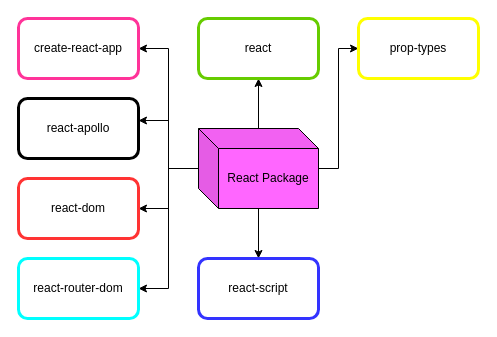
This is My Articles/react/React Packages.drawio from anbarasan-raji/books, a draw.io file, before an edit. Source tidied: cells renumbered, new cells numbered last; positions are measured from the earlier drawing's top-left corner, leaving out a move shared by most shapes. Both pictures are drawn from the tidied source at 100%, with x=0, y=0 at pixel (18, 18).
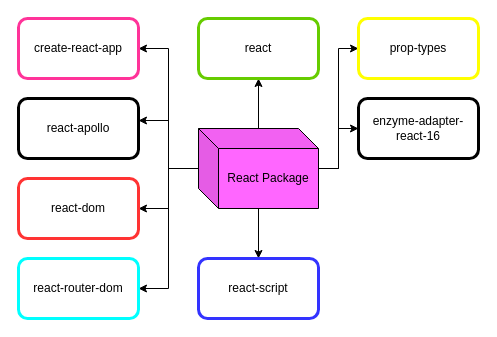
The same diagram, later.

Diff of the diagram source:
```diff
@@
 <mxGraphModel>
   <root>
     <mxCell id="0" />
     <mxCell id="1" parent="0" />
     <mxCell id="2" style="edgeStyle=orthogonalEdgeStyle;rounded=0;jettySize=auto;html=1;entryX=0.5;entryY=1;entryDx=0;entryDy=0;" parent="1" edge="1" source="9" target="15">
       <mxGeometry relative="1" as="geometry" />
     </mxCell>
     <mxCell id="3" style="edgeStyle=orthogonalEdgeStyle;rounded=0;jettySize=auto;html=1;" parent="1" edge="1" source="9" target="14">
       <mxGeometry relative="1" as="geometry" />
     </mxCell>
     <mxCell id="4" style="edgeStyle=orthogonalEdgeStyle;rounded=0;jettySize=auto;html=1;entryX=1;entryY=0.5;entryDx=0;entryDy=0;" parent="1" edge="1" source="9" target="10">
       <mxGeometry relative="1" as="geometry" />
     </mxCell>
     <mxCell id="5" style="edgeStyle=orthogonalEdgeStyle;rounded=0;jettySize=auto;html=1;entryX=1;entryY=0.367;entryDx=0;entryDy=0;entryPerimeter=0;" parent="1" edge="1" source="9" target="13">
       <mxGeometry relative="1" as="geometry" />
     </mxCell>
     <mxCell id="6" style="edgeStyle=orthogonalEdgeStyle;rounded=0;jettySize=auto;html=1;entryX=1;entryY=0.5;entryDx=0;entryDy=0;" parent="1" edge="1" source="9" target="12">
       <mxGeometry relative="1" as="geometry" />
     </mxCell>
     <mxCell id="7" style="edgeStyle=orthogonalEdgeStyle;rounded=0;jettySize=auto;html=1;entryX=1;entryY=0.5;entryDx=0;entryDy=0;" parent="1" edge="1" source="9" target="11">
       <mxGeometry relative="1" as="geometry" />
     </mxCell>
     <mxCell id="8" style="edgeStyle=orthogonalEdgeStyle;rounded=0;jettySize=auto;html=1;entryX=0;entryY=0.5;entryDx=0;entryDy=0;" parent="1" edge="1" source="9" target="16">
       <mxGeometry relative="1" as="geometry" />
     </mxCell>
+    <mxCell id="17" style="edgeStyle=orthogonalEdgeStyle;rounded=0;jettySize=auto;html=1;entryX=0;entryY=0.5;entryDx=0;entryDy=0;" parent="1" edge="1" source="9" target="18">
+      <mxGeometry relative="1" as="geometry" />
+    </mxCell>
     <mxCell id="9" value="React Package" style="shape=cube;whiteSpace=wrap;html=1;boundedLbl=1;backgroundOutline=1;darkOpacity=0.05;darkOpacity2=0.1;fillColor=#FF66FF;" parent="1" vertex="1">
       <mxGeometry x="180" y="110" width="120" height="80" as="geometry" />
     </mxCell>
     <mxCell id="10" value="create-react-app" style="rounded=1;whiteSpace=wrap;html=1;strokeWidth=3;strokeColor=#FF3399;" parent="1" vertex="1">
       <mxGeometry width="120" height="60" as="geometry" />
     </mxCell>
     <mxCell id="11" value="react-router-dom" style="rounded=1;whiteSpace=wrap;html=1;strokeWidth=3;fillColor=#ffffff;strokeColor=#00FFFF;" parent="1" vertex="1">
       <mxGeometry y="240" width="120" height="60" as="geometry" />
     </mxCell>
     <mxCell id="12" value="react-dom" style="rounded=1;whiteSpace=wrap;html=1;strokeWidth=3;strokeColor=#FF3333;" parent="1" vertex="1">
       <mxGeometry y="160" width="120" height="60" as="geometry" />
     </mxCell>
     <mxCell id="13" value="react-apollo" style="rounded=1;whiteSpace=wrap;html=1;strokeWidth=3;" parent="1" vertex="1">
       <mxGeometry y="80" width="120" height="60" as="geometry" />
     </mxCell>
     <mxCell id="14" value="react-script" style="rounded=1;whiteSpace=wrap;html=1;strokeWidth=3;strokeColor=#3333FF;" parent="1" vertex="1">
       <mxGeometry x="180" y="240" width="120" height="60" as="geometry" />
     </mxCell>
     <mxCell id="15" value="react" style="rounded=1;whiteSpace=wrap;html=1;strokeWidth=3;strokeColor=#66CC00;" parent="1" vertex="1">
       <mxGeometry x="180" width="120" height="60" as="geometry" />
     </mxCell>
     <mxCell id="16" value="prop-types" style="rounded=1;whiteSpace=wrap;html=1;strokeWidth=3;strokeColor=#FFFF00;" parent="1" vertex="1">
       <mxGeometry x="340" width="120" height="60" as="geometry" />
     </mxCell>
+    <mxCell id="18" value="enzyme-adapter-react-16" style="rounded=1;whiteSpace=wrap;html=1;strokeWidth=3;" parent="1" vertex="1">
+      <mxGeometry x="340" y="80" width="120" height="60" as="geometry" />
+    </mxCell>
   </root>
 </mxGraphModel>
```
